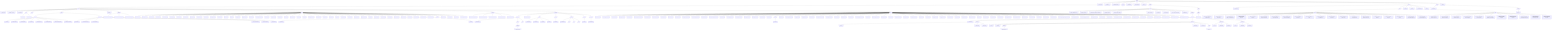
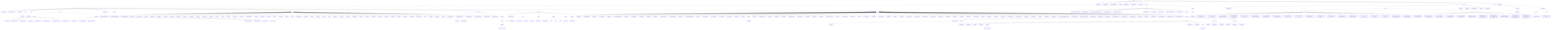
- %% antcrate tree — generated 2026-07-17T06:15:45Z
+ %% antcrate tree — generated 2026-07-18T02:41:01Z
graph TD
  root(["antcrate"])
  1["AGENTS.md"]
  root --> 1
  2["CLAUDE.md"]
  root --> 2
  3["CONTRIBUTING.md"]
  root --> 3
  4[(LICENSE)]
  root --> 4
  5["README.md"]
  root --> 5
  6["SECURITY.md"]
  root --> 6
  7["SKILL.md"]
  root --> 7
  8[/assets/]
  root --> 8
  8a[/code/]
  8 --> 8a
  8a1["AGENTS.md"]
  8a --> 8a1
  8a2["CLAUDE_CODE.md"]
  8a --> 8a2
  8a3["README.md"]
  8a --> 8a3
  8a4[/bin/]
  8a --> 8a4
  8a4a["antcrate"]
  8a4 --> 8a4a
  8a4b["antcrated"]
  8a4 --> 8a4b
  8a5[/core/]
  8a --> 8a5
  8a6[/hooks/]
  8a --> 8a6
  8a6a[/claude/]
  8a6 --> 8a6a
  8a6a1["_zones.sh"]
  8a6a --> 8a6a1
  8a6a2["activity-emitter.sh"]
  8a6a --> 8a6a2
  8a6a3["cost-anticipator.sh"]
  8a6a --> 8a6a3
  8a6a4["env-guard.sh"]
  8a6a --> 8a6a4
  8a6a5["gateway-guard.sh"]
  8a6a --> 8a6a5
  8a6a6["local-install-guard.sh"]
  8a6a --> 8a6a6
  8a6a7["session-budget-guard.sh"]
  8a6a --> 8a6a7
  8a6a8["shellcheck-on-save.sh"]
  8a6a --> 8a6a8
  8a6b[/templates/]
  8a6 --> 8a6b
  8a6b1["pre-commit-ci"]
  8a6b --> 8a6b1
  8a6b2["pre-commit-docsguard"]
  8a6b --> 8a6b2
  8a6b3["pre-commit-secrets"]
  8a6b --> 8a6b3
  8a6b4["pre-commit-stack-bash"]
  8a6b --> 8a6b4
  8a6b5["pre-push-docsguard"]
  8a6b --> 8a6b5
  8a6b6["pre-push-tests"]
  8a6b --> 8a6b6
  8a7["install.sh"]
  8a --> 8a7
  8a8[/launchd/]
  8a --> 8a8
  8a8a["com.antcrate.backup.plist"]
  8a8 --> 8a8a
  8a8b["com.antcrate.daemon.plist"]
  8a8 --> 8a8b
  8a8c["com.antcrate.intel.plist"]
  8a8 --> 8a8c
  8a9[/lib/]
  8a --> 8a9
  8a9a["address.sh"]
  8a9 --> 8a9a
  8a9b["agent_init.sh"]
  8a9 --> 8a9b
  8a9c["anchor.sh"]
  8a9 --> 8a9c
  8a9d["backup.sh"]
  8a9 --> 8a9d
  8a9e["bootstrap.sh"]
  8a9 --> 8a9e
  8a9f["cleanup.sh"]
  8a9 --> 8a9f
  8a9g["commit.sh"]
  8a9 --> 8a9g
  8a9h["compat.sh"]
  8a9 --> 8a9h
  8a9i["devops.sh"]
  8a9 --> 8a9i
  8a9j["diagrams.sh"]
  8a9 --> 8a9j
  8a9k["duties.sh"]
  8a9 --> 8a9k
  8a9l["env_scan.sh"]
  8a9 --> 8a9l
  8a9m["events.sh"]
  8a9 --> 8a9m
  8a9n["fetch.sh"]
  8a9 --> 8a9n
  8a9o["gh.sh"]
  8a9 --> 8a9o
  8a9p["git_init.sh"]
  8a9 --> 8a9p
  8a9q["git_triage.sh"]
  8a9 --> 8a9q
  8a9r["health.sh"]
  8a9 --> 8a9r
  8a9s["hook_autoinstall.sh"]
  8a9 --> 8a9s
  8a9t["hooks.sh"]
  8a9 --> 8a9t
  8a9u["hygiene.sh"]
  8a9 --> 8a9u
  8a9v["ingest.sh"]
  8a9 --> 8a9v
  8a9w["intel.sh"]
  8a9 --> 8a9w
  8a9x["lifecycle.sh"]
  8a9 --> 8a9x
  8a9y["lock.sh"]
  8a9 --> 8a9y
  8a9z["log.sh"]
  8a9 --> 8a9z
  8a9aa["md_scaffold.sh"]
  8a9 --> 8a9aa
  8a9ab["migrate.sh"]
  8a9 --> 8a9ab
  8a9ac["paths.sh"]
  8a9 --> 8a9ac
  8a9ad["policy.sh"]
  8a9 --> 8a9ad
-   8a9ae["pp.sh"]
+   8a9ae["post.sh"]
  8a9 --> 8a9ae
-   8a9af["preflight.sh"]
+   8a9af["pp.sh"]
  8a9 --> 8a9af
-   8a9ag["profile.sh"]
+   8a9ag["preflight.sh"]
  8a9 --> 8a9ag
-   8a9ah["propose.sh"]
+   8a9ah["profile.sh"]
  8a9 --> 8a9ah
-   8a9ai["quarantine.sh"]
+   8a9ai["propose.sh"]
  8a9 --> 8a9ai
-   8a9aj["rag.sh"]
+   8a9aj["quarantine.sh"]
  8a9 --> 8a9aj
-   8a9ak["registry.sh"]
+   8a9ak["rag.sh"]
  8a9 --> 8a9ak
-   8a9al["relocate.sh"]
+   8a9al["registry.sh"]
  8a9 --> 8a9al
-   8a9am["safety.sh"]
+   8a9am["relocate.sh"]
  8a9 --> 8a9am
-   8a9an["sandbox.sh"]
+   8a9an["safety.sh"]
  8a9 --> 8a9an
-   8a9ao["scaffold.sh"]
+   8a9ao["sandbox.sh"]
  8a9 --> 8a9ao
-   8a9ap["scan.sh"]
+   8a9ap["scaffold.sh"]
  8a9 --> 8a9ap
-   8a9aq["schema.sh"]
+   8a9aq["scan.sh"]
  8a9 --> 8a9aq
-   8a9ar["selfcheck.sh"]
+   8a9ar["schema.sh"]
  8a9 --> 8a9ar
-   8a9as["subbranch.sh"]
+   8a9as["selfcheck.sh"]
  8a9 --> 8a9as
-   8a9at[/targets/]
+   8a9at["subbranch.sh"]
  8a9 --> 8a9at
-   8a9at1["git_mirror.sh"]
-   8a9at --> 8a9at1
-   8a9at2["local.sh"]
-   8a9at --> 8a9at2
-   8a9au["targets.sh"]
+   8a9au[/targets/]
  8a9 --> 8a9au
-   8a9av["tooling.sh"]
+   8a9au1["git_mirror.sh"]
+   8a9au --> 8a9au1
+   8a9au2["local.sh"]
+   8a9au --> 8a9au2
+   8a9av["targets.sh"]
  8a9 --> 8a9av
-   8a9aw["watch.sh"]
+   8a9aw["tooling.sh"]
  8a9 --> 8a9aw
-   8a9ax["watch_window.sh"]
+   8a9ax["watch.sh"]
  8a9 --> 8a9ax
+   8a9ay["watch_window.sh"]
+   8a9 --> 8a9ay
  8a10[/systemd/]
  8a --> 8a10
  8a10a["antcrate-backup.service"]
  8a10 --> 8a10a
  8a10b["antcrate-backup.timer"]
  8a10 --> 8a10b
  8a10c["antcrate-intel.service"]
  8a10 --> 8a10c
  8a10d["antcrate-intel.timer"]
  8a10 --> 8a10d
  8a10e["antcrated.service"]
  8a10 --> 8a10e
  8a11[/templates/]
  8a --> 8a11
  8a11a[/_generic/]
  8a11 --> 8a11a
  8a11a1["README.md"]
  8a11a --> 8a11a1
  8a11a2[/docs/]
  8a11a --> 8a11a2
  8a11a2a[/diagrams/]
  8a11a2 --> 8a11a2a
  8a11a2a1["architecture.mmd"]
  8a11a2a --> 8a11a2a1
  8a11a3[/src/]
  8a11a --> 8a11a3
  8a11b["config.example"]
  8a11 --> 8a11b
  8a11c[/md/]
  8a11 --> 8a11c
  8a11c1["AGENTS.md"]
  8a11c --> 8a11c1
  8a11c2["CLAUDE.md"]
  8a11c --> 8a11c2
  8a11c3["ledger.md"]
  8a11c --> 8a11c3
  8a11c4["state.md"]
  8a11c --> 8a11c4
  8a11d[/notes/]
  8a11 --> 8a11d
  8a11d1["INDEX.md"]
  8a11d --> 8a11d1
  8a11e[/projects/]
  8a11 --> 8a11e
  8a11e1["README.md"]
  8a11e --> 8a11e1
  8a11e2[/docs/]
  8a11e --> 8a11e2
  8a11e3[/src/]
  8a11e --> 8a11e3
  8a11e4[/tests/]
  8a11e --> 8a11e4
  8a11f[/scripts/]
  8a11 --> 8a11f
  8a11f1["main.sh"]
  8a11f --> 8a11f1
  8a11g[/webapps/]
  8a11 --> 8a11g
  8a11g1["README.md"]
  8a11g --> 8a11g1
  8a12[/tests/]
  8a --> 8a12
  8a12a["README.md"]
  8a12 --> 8a12a
  8a12b["activity_emitter.bats"]
  8a12 --> 8a12b
  8a12c["address.bats"]
  8a12 --> 8a12c
  8a12d["agent_init.bats"]
  8a12 --> 8a12d
  8a12e["backup.bats"]
  8a12 --> 8a12e
  8a12f["backup_orchestrator.bats"]
  8a12 --> 8a12f
  8a12g["bootstrap.bats"]
  8a12 --> 8a12g
  8a12h["ci_snapshot.bats"]
  8a12 --> 8a12h
  8a12i["cleanup.bats"]
  8a12 --> 8a12i
  8a12j["commit.bats"]
  8a12 --> 8a12j
  8a12k["compat.bats"]
  8a12 --> 8a12k
  8a12l["cost_anticipator.bats"]
  8a12 --> 8a12l
  8a12m["daemon_adapter.bats"]
  8a12 --> 8a12m
  8a12n["diagrams.bats"]
  8a12 --> 8a12n
  8a12o["docsguard_templates.bats"]
  8a12 --> 8a12o
  8a12p["duties.bats"]
  8a12 --> 8a12p
  8a12q["duties_typed.bats"]
  8a12 --> 8a12q
  8a12r["endpoint_run.bats"]
  8a12 --> 8a12r
  8a12s["env_guard.bats"]
  8a12 --> 8a12s
  8a12t["env_scan.bats"]
  8a12 --> 8a12t
  8a12u["events.bats"]
  8a12 --> 8a12u
  8a12v["fetch.bats"]
  8a12 --> 8a12v
  8a12w[/fixtures/]
  8a12 --> 8a12w
  8a12w1["mock-llm"]
  8a12w --> 8a12w1
  8a12x["gate.bats"]
  8a12 --> 8a12x
  8a12y["gateway_guard.bats"]
  8a12 --> 8a12y
  8a12z["git_init.bats"]
  8a12 --> 8a12z
  8a12aa["git_triage.bats"]
  8a12 --> 8a12aa
  8a12ab["health.bats"]
  8a12 --> 8a12ab
  8a12ac["hook_autoinstall.bats"]
  8a12 --> 8a12ac
  8a12ad["hook_smoke.bats"]
  8a12 --> 8a12ad
  8a12ae["hooks.bats"]
  8a12 --> 8a12ae
  8a12af["hygiene.bats"]
  8a12 --> 8a12af
  8a12ag["ingest.bats"]
  8a12 --> 8a12ag
  8a12ah["install_from_source.bats"]
  8a12 --> 8a12ah
  8a12ai["intel.bats"]
  8a12 --> 8a12ai
  8a12aj["launchd_install.bats"]
  8a12 --> 8a12aj
  8a12ak["lifecycle.bats"]
  8a12 --> 8a12ak
  8a12al["lock.bats"]
  8a12 --> 8a12al
  8a12am["md_scaffold.bats"]
  8a12 --> 8a12am
  8a12an["migrate.bats"]
  8a12 --> 8a12an
  8a12ao["new_bundle.bats"]
  8a12 --> 8a12ao
  8a12ap["paths.bats"]
  8a12 --> 8a12ap
  8a12aq["policy.bats"]
  8a12 --> 8a12aq
-   8a12ar["pp_gate.bats"]
+   8a12ar["post_cli.bats"]
  8a12 --> 8a12ar
-   8a12as["pp_panel.bats"]
+   8a12as["post_config.bats"]
  8a12 --> 8a12as
-   8a12at["preflight.bats"]
+   8a12at["post_guard.bats"]
  8a12 --> 8a12at
-   8a12au["profile.bats"]
+   8a12au["post_material.bats"]
  8a12 --> 8a12au
-   8a12av["propose.bats"]
+   8a12av["post_open.bats"]
  8a12 --> 8a12av
-   8a12aw["quarantine.bats"]
+   8a12aw["pp_gate.bats"]
  8a12 --> 8a12aw
-   8a12ax["rag.bats"]
+   8a12ax["pp_panel.bats"]
  8a12 --> 8a12ax
-   8a12ay["register.bats"]
+   8a12ay["preflight.bats"]
  8a12 --> 8a12ay
-   8a12az["registry.bats"]
+   8a12az["profile.bats"]
  8a12 --> 8a12az
-   8a12ba["relocate.bats"]
+   8a12ba["propose.bats"]
  8a12 --> 8a12ba
-   8a12bb["safety_gate.bats"]
+   8a12bb["quarantine.bats"]
  8a12 --> 8a12bb
-   8a12bc["safety_zones.bats"]
+   8a12bc["rag.bats"]
  8a12 --> 8a12bc
-   8a12bd["sandbox.bats"]
+   8a12bd["register.bats"]
  8a12 --> 8a12bd
-   8a12be["scaffold.bats"]
+   8a12be["registry.bats"]
  8a12 --> 8a12be
-   8a12bf["scan.bats"]
+   8a12bf["relocate.bats"]
  8a12 --> 8a12bf
-   8a12bg["schema.bats"]
+   8a12bg["safety_gate.bats"]
  8a12 --> 8a12bg
-   8a12bh["selfcheck.bats"]
+   8a12bh["safety_zones.bats"]
  8a12 --> 8a12bh
-   8a12bi["session_budget_guard_models.bats"]
+   8a12bi["sandbox.bats"]
  8a12 --> 8a12bi
-   8a12bj["session_gate.bats"]
+   8a12bj["scaffold.bats"]
  8a12 --> 8a12bj
-   8a12bk["shellcheck_on_save.bats"]
+   8a12bk["scan.bats"]
  8a12 --> 8a12bk
-   8a12bl["skills_builder.bats"]
+   8a12bl["schema.bats"]
  8a12 --> 8a12bl
-   8a12bm["subcmd.bats"]
+   8a12bm["selfcheck.bats"]
  8a12 --> 8a12bm
-   8a12bn["targets.bats"]
+   8a12bn["session_budget_guard_models.bats"]
  8a12 --> 8a12bn
-   8a12bo["targets_git_mirror.bats"]
+   8a12bo["session_gate.bats"]
  8a12 --> 8a12bo
-   8a12bp["targets_local.bats"]
+   8a12bp["shellcheck_on_save.bats"]
  8a12 --> 8a12bp
-   8a12bq["test_helper.bash"]
+   8a12bq["skills_builder.bats"]
  8a12 --> 8a12bq
-   8a12br["tooling.bats"]
+   8a12br["subcmd.bats"]
  8a12 --> 8a12br
-   8a12bs["watch.bats"]
+   8a12bs["targets.bats"]
  8a12 --> 8a12bs
-   8a12bt["watch_live.bats"]
+   8a12bt["targets_git_mirror.bats"]
  8a12 --> 8a12bt
-   8a12bu["watch_smoke.bats"]
+   8a12bu["targets_local.bats"]
  8a12 --> 8a12bu
-   8a12bv["watch_window.bats"]
+   8a12bv["test_helper.bash"]
  8a12 --> 8a12bv
-   8a12bw["wrapper_dispatch.bats"]
+   8a12bw["tooling.bats"]
  8a12 --> 8a12bw
+   8a12bx["watch.bats"]
+   8a12 --> 8a12bx
+   8a12by["watch_live.bats"]
+   8a12 --> 8a12by
+   8a12bz["watch_smoke.bats"]
+   8a12 --> 8a12bz
+   8a12ca["watch_window.bats"]
+   8a12 --> 8a12ca
+   8a12cb["wrapper_dispatch.bats"]
+   8a12 --> 8a12cb
  8b[/docs/]
  8 --> 8b
  8b1["AntCrate_blueprint_v0.pdf"]
  8b --> 8b1
  8b2["BUNDLE_SPEC.md"]
  8b --> 8b2
  8b3["DIAGRAM_AUTOMATION_GUIDE.md"]
  8b --> 8b3
  8b4["DIAGRAM_PLAN.md"]
  8b --> 8b4
  8b5["GH_PIPELINE_PLAN.md"]
  8b --> 8b5
  8b6["HOOK_PLAN.md"]
  8b --> 8b6
  8b7["LIB_MAP.md"]
  8b --> 8b7
  8b8["PATTERNS.md"]
  8b --> 8b8
  8b9["POST_DEV_BACKLOG.md"]
  8b --> 8b9
  8b10["architecture.md"]
  8b --> 8b10
  8b11[/examples/]
  8b --> 8b11
  8b11a[/bundles/]
  8b11 --> 8b11a
  8b11a1["README.md"]
  8b11a --> 8b11a1
  8b11a2[/composite/]
  8b11a --> 8b11a2
  8b11a2a["STATUS"]
  8b11a2 --> 8b11a2a
  8b11a2b["manifest.json"]
  8b11a2 --> 8b11a2b
  8b11a2c["research.md"]
  8b11a2 --> 8b11a2c
  8b11a3[/git-pinned/]
  8b11a --> 8b11a3
  8b11a3a["STATUS"]
  8b11a3 --> 8b11a3a
  8b11a3b["claude.md"]
  8b11a3 --> 8b11a3b
  8b11a3c[/diagrams/]
  8b11a3 --> 8b11a3c
  8b11a3c1["architecture.mmd"]
  8b11a3c --> 8b11a3c1
  8b11a3d["manifest.json"]
  8b11a3 --> 8b11a3d
  8b11a3e["research.md"]
  8b11a3 --> 8b11a3e
  8b11a3f[/skill/]
  8b11a3 --> 8b11a3f
  8b11a3f1["SKILL.md"]
  8b11a3f --> 8b11a3f1
  8b11a4[/supersedes/]
  8b11a --> 8b11a4
  8b11a4a["STATUS"]
  8b11a4 --> 8b11a4a
  8b11a4b["manifest.json"]
  8b11a4 --> 8b11a4b
  8b11a4c["research.md"]
  8b11a4 --> 8b11a4c
  8b11a5[/theoretical/]
  8b11a --> 8b11a5
  8b11a5a["STATUS"]
  8b11a5 --> 8b11a5a
  8b11a5b["manifest.json"]
  8b11a5 --> 8b11a5b
  8b11a5c["research.md"]
  8b11a5 --> 8b11a5c
  8c[/skills/]
  8 --> 8c
  8c1[/builder/]
  8c --> 8c1
  8c1a["SKILL.md"]
  8c1 --> 8c1a
  9[/dev/]
  root --> 9
  9a["composes.md"]
  9 --> 9a
  9b[/docs/]
  9 --> 9b
  9b1[/plans/]
  9b --> 9b1
  9b1a["2026-06-01-gateway-rule-violations-fix.md"]
  9b1 --> 9b1a
  9b1b["2026-06-06-relocate-command.md"]
  9b1 --> 9b1b
  9b1c["2026-06-10-session-budget-gate-and-duties.md"]
  9b1 --> 9b1c
  9b1d["2026-06-11-least-cost-allocation-and-skill-scoping.md"]
  9b1 --> 9b1d
  9b1e["2026-06-13-xdg-path-layout.md"]
  9b1 --> 9b1e
  9b1f["2026-06-14-multi-target-backup-foundation.md"]
  9b1 --> 9b1f
  9b1g["2026-07-10-bundling-p1-detty-dispatcher.md"]
  9b1 --> 9b1g
  9b1h["2026-07-10-bundling-p2-pp-panel-new-bundle.md"]
  9b1 --> 9b1h
  9b1i["2026-07-10-bundling-p3-attic-cuts.md"]
  9b1 --> 9b1i
  9b1j["2026-07-10-bundling-p4-rag.md"]
  9b1 --> 9b1j
  9b1k["2026-07-10-bundling-p5-rag-selfheal.md"]
  9b1 --> 9b1k
  9b1l["2026-07-10-bundling-p7-intel-fold.md"]
  9b1 --> 9b1l
  9b1m["2026-07-10-bundling-p8-retirement.md"]
  9b1 --> 9b1m
  9b1n["2026-07-11-g1-shipanywhere.md"]
  9b1 --> 9b1n
  9b1o["2026-07-11-g3p1-intel-kinds-user-sources.md"]
  9b1 --> 9b1o
  9b1p["2026-07-12-g2-git-mirror.md"]
  9b1 --> 9b1p
  9b1q["2026-07-14-bizcrate-design.md"]
  9b1 --> 9b1q
  9b1r["2026-07-14-bizcrate-v0-plan.md"]
  9b1 --> 9b1r
  9b1s["2026-07-16-endpoint-policy-sandbox-design.md"]
  9b1 --> 9b1s
  9b1t["2026-07-16-endpoint-policy-sandbox-plan.md"]
  9b1 --> 9b1t
  9b2[/specs/]
  9b --> 9b2
  9b2a["2026-05-31-harness-enforcement-layer.md"]
  9b2 --> 9b2a
  9b2b["2026-06-01-gateway-rule-violations-fix-design.md"]
  9b2 --> 9b2b
  9b2c["2026-06-06-relocate-command-design.md"]
  9b2 --> 9b2c
  9b2d["2026-06-09-loop-engine-harness-design.md"]
  9b2 --> 9b2d
  9b2e["2026-06-10-anthropic-intel-tracker-design.md"]
  9b2 --> 9b2e
  9b2f["2026-06-10-anycrate-capability-layer-design.md"]
  9b2 --> 9b2f
  9b2g["2026-06-10-session-budget-gate-and-duties-design.md"]
  9b2 --> 9b2g
  9b2h["2026-06-11-least-cost-allocation-and-skill-scoping-design.md"]
  9b2 --> 9b2h
  9b2i["2026-06-13-local-tooling-and-install-guard-design.md"]
  9b2 --> 9b2i
  9b2j["2026-06-13-universal-install-and-publication-boundary-design.md"]
  9b2 --> 9b2j
  9b2k["2026-06-14-multi-target-backup-and-dev-mirror-design.md"]
  9b2 --> 9b2k
  9c["duties.md"]
  9 --> 9c
  9d["ledger.md"]
  9 --> 9d
  9e["state-archive.md"]
  9 --> 9e
  9f["state.md"]
  9 --> 9f
  10[/docs/]
  root --> 10
  10a["MANUAL.md"]
  10 --> 10a
  10b[/diagrams/]
  10 --> 10b
  10b1["tree.mmd"]
  10b --> 10b1
+   10c[/superpowers/]
+   10 --> 10c
+   10c1[/plans/]
+   10c --> 10c1
+   10c1a["2026-07-17-x-post.md"]
+   10c1 --> 10c1a
+   10c2[/specs/]
+   10c --> 10c2
+   10c2a["2026-07-17-x-post-design.md"]
+   10c2 --> 10c2a
  11["stack.md"]
  root --> 11
